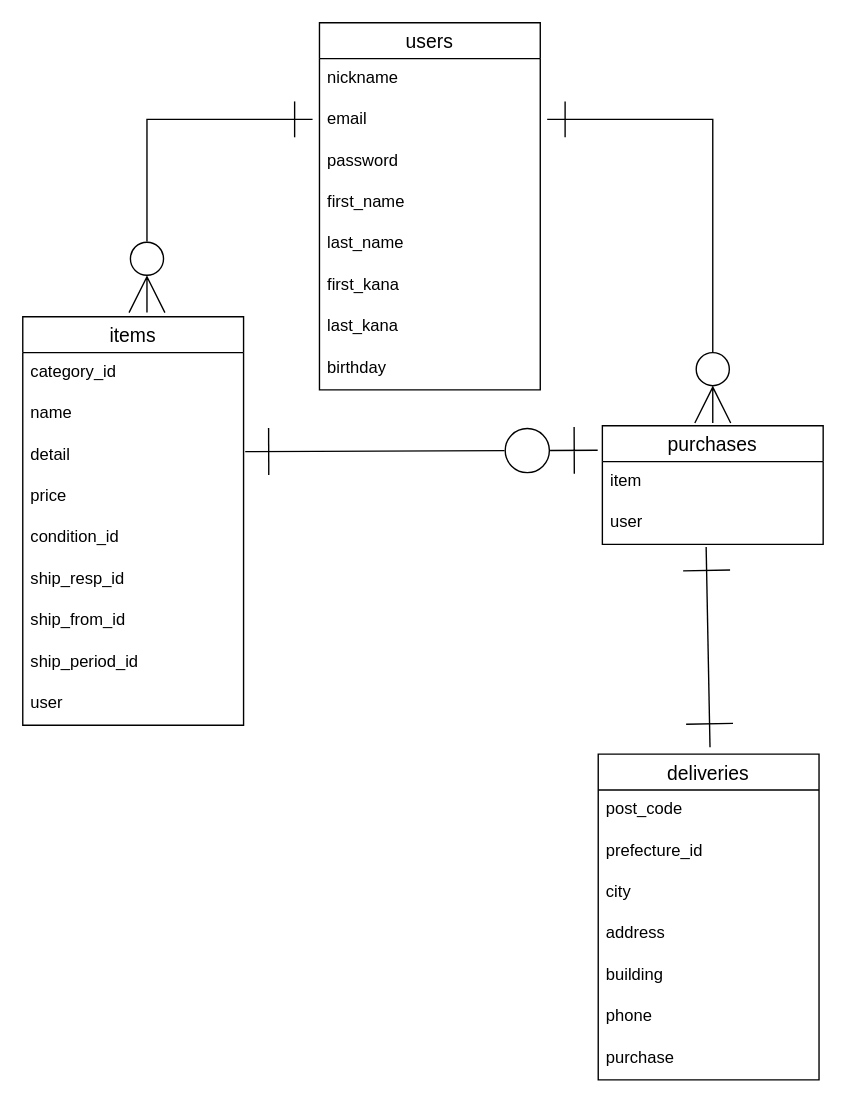
Before: db/er.dio in roundshape/furima-40408, a draw.io diagram. Source tidied: cells renumbered, new cells numbered last; positions are measured from the earlier drawing's top-left corner, leaving out a move shared by most shapes. Both pictures are drawn from the tidied source at 138%, with x=0, y=0 at pixel (22, 22).
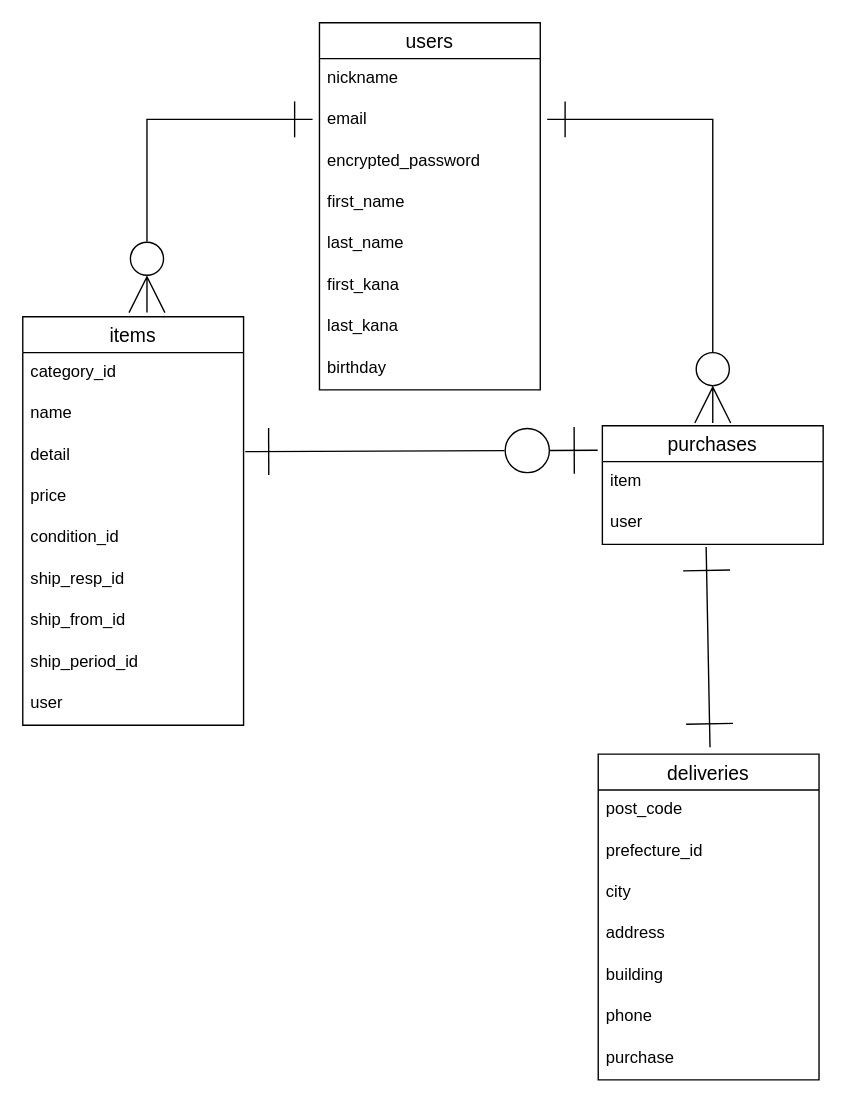
Above is the later version.

Commit message (it also covers changes not shown here):
usersテーブルのpasswordをencrypted_passwordに変更

The change refers to these unchanged cells:
```xml
<mxCell id="25" value="users" style="swimlane;fontStyle=0;horizontal=1;startSize=26;align=center;fontSize=14;fillStyle=solid;" parent="1" vertex="1">
  <mxGeometry x="215" width="160" height="266" as="geometry" />
</mxCell>
```

The edit, as a diff of the source:
```diff
@@
-    <mxCell id="28" value="password" style="text;strokeColor=none;fillColor=none;spacingLeft=4;spacingRight=4;overflow=hidden;fontSize=12;fillStyle=solid;" parent="25" vertex="1">
+    <mxCell id="28" value="encrypted_password" style="text;strokeColor=none;fillColor=none;spacingLeft=4;spacingRight=4;overflow=hidden;fontSize=12;fillStyle=solid;" parent="25" vertex="1">
       <mxGeometry y="86" width="160" height="30" as="geometry" />
     </mxCell>
```
